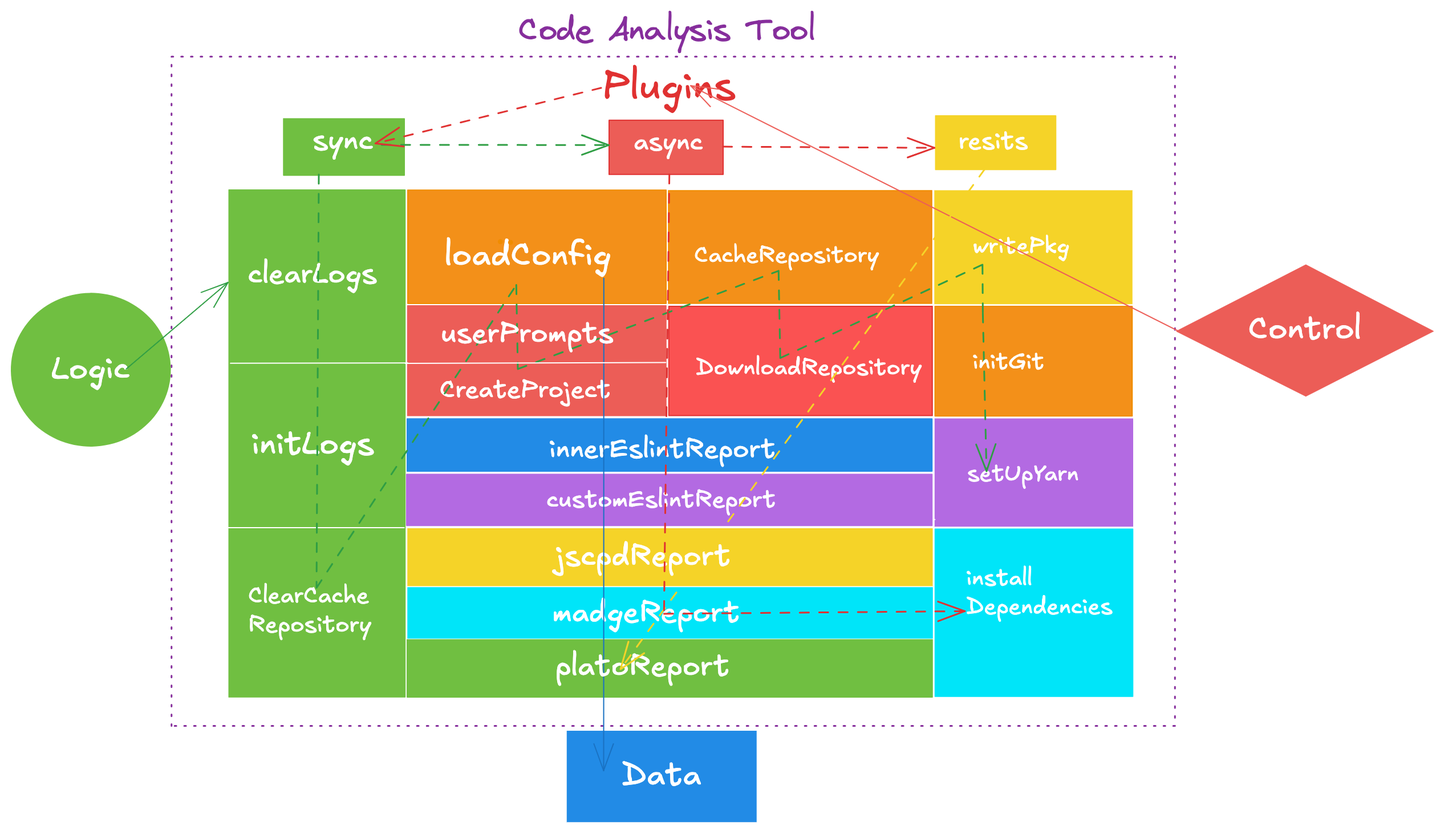
yanyunchangfeng/yycf-cli keeps this Excalidraw diagram as src/assets/images/code-ana.png. Above is the earlier version. Source tidied: one line per element, renumbered; positions are measured from the earlier drawing's top-left corner, leaving out a move shared by most shapes.
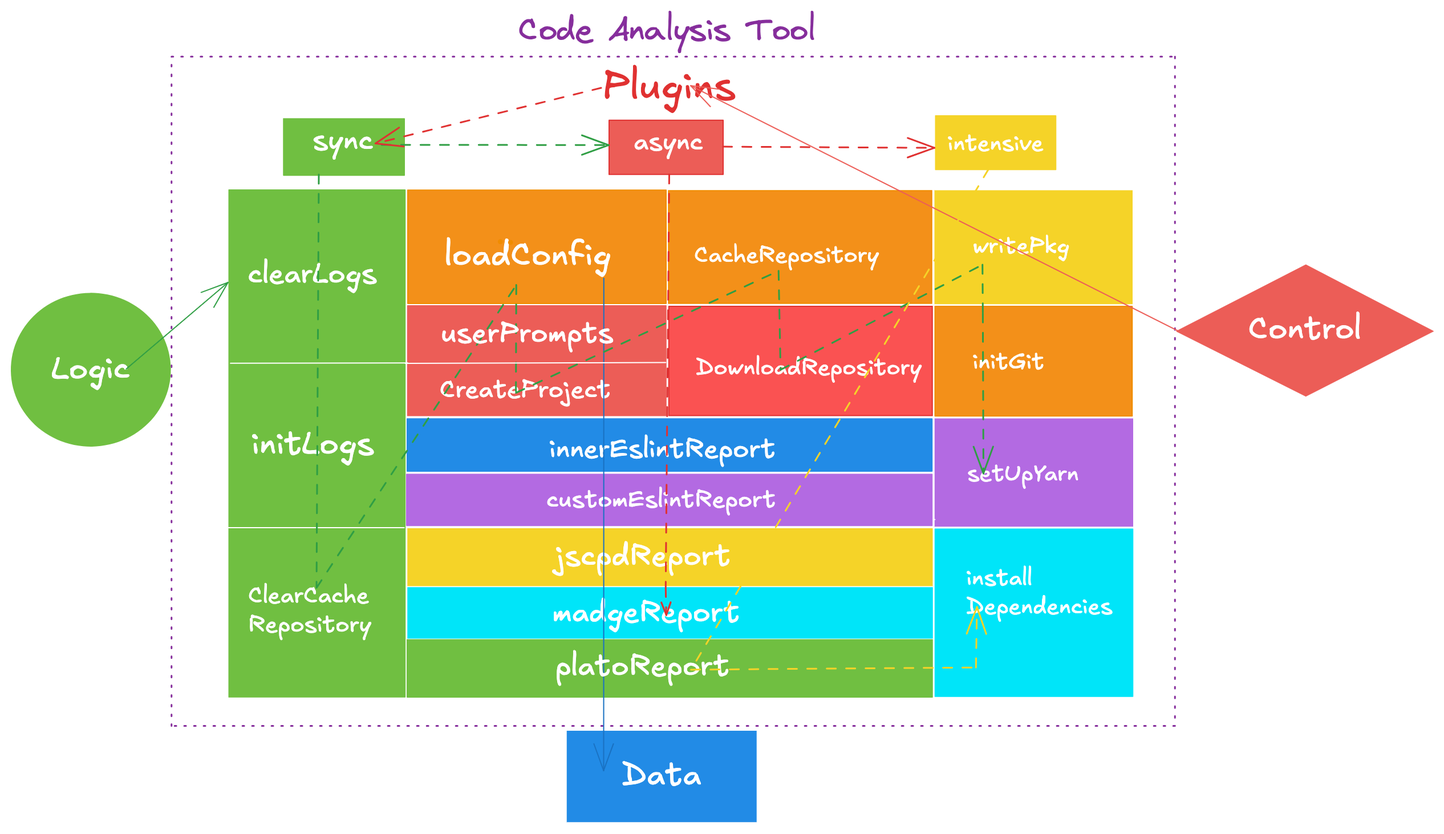
The same diagram one commit later.

What changed in the source:
```diff
@@ -15,7 +15,7 @@
 {"id": 14, "type": "freedraw", "strokeColor": "#f08c00", "backgroundColor": "#fd7e14", "fillStyle": "solid", "strokeWidth": 1, "strokeStyle": "dotted", "roughness": 0, "x": 438, "y": 202, "width": 0, "height": 0, "points": [[0, 0], [0, 0]]}
 {"id": 15, "type": "freedraw", "strokeColor": "#f08c00", "backgroundColor": "#fd7e14", "fillStyle": "solid", "strokeWidth": 1, "strokeStyle": "dotted", "roughness": 0, "x": 429, "y": 202, "width": 0, "height": 0, "points": [[0, 0], [0, 0]]}
 {"id": 16, "type": "text", "text": "ClearCache\nRepository", "strokeColor": "#ffffff", "backgroundColor": "#fd7e14", "fillStyle": "solid", "strokeWidth": 1, "strokeStyle": "dotted", "roughness": 0, "fontSize": 20.42, "fontFamily": 5, "x": 208, "y": 500, "width": 129, "height": 51}
-{"id": 17, "type": "text", "text": "CacheRepository", "strokeColor": "#ffffff", "backgroundColor": "#fd7e14", "fillStyle": "solid", "strokeWidth": 1, "strokeStyle": "dotted", "roughness": 0, "fontSize": 20, "fontFamily": 5, "x": 599, "y": 202, "width": 159, "height": 25}
+{"id": 17, "type": "text", "text": "CacheRepository", "strokeColor": "#ffffff", "backgroundColor": "#fd7e14", "fillStyle": "solid", "strokeWidth": 1, "strokeStyle": "dotted", "roughness": 0, "fontSize": 20, "fontFamily": 5, "x": 599, "y": 202, "width": 163, "height": 25}
 {"id": 18, "type": "rectangle", "strokeColor": "#00e5f9", "backgroundColor": "#00e5f9", "fillStyle": "solid", "strokeWidth": 1, "roughness": 0, "x": 810, "y": 454, "width": 173, "height": 147}
 {"id": 19, "type": "text", "text": "writePkg", "strokeColor": "#ffffff", "backgroundColor": "#fd7e14", "fillStyle": "solid", "strokeWidth": 1, "strokeStyle": "dotted", "roughness": 0, "fontSize": 20, "fontFamily": 5, "x": 832, "y": 205, "width": 85, "height": 25}
 {"id": 20, "type": "rectangle", "strokeColor": "#ffffff", "backgroundColor": "#b36ae2", "fillStyle": "solid", "strokeWidth": 1, "roughness": 0, "x": 809, "y": 356, "width": 175, "height": 96}
@@ -50,14 +50,14 @@
 {"id": 49, "type": "rectangle", "strokeColor": "#70bf41", "backgroundColor": "#70bf41", "fillStyle": "solid", "strokeWidth": 1, "roughness": 0, "x": 239, "y": 94, "width": 106, "height": 50}
 {"id": 50, "type": "text", "text": "sync", "strokeColor": "#ffffff", "angle": 0.0, "backgroundColor": "#ffffff", "fillStyle": "solid", "strokeWidth": 1, "roughness": 0, "fontSize": 25.25, "fontFamily": 5, "x": 264, "y": 98, "width": 58, "height": 32}
 {"id": 51, "type": "text", "text": "async", "strokeColor": "#ffffff", "angle": 0.0, "backgroundColor": "#ffffff", "fillStyle": "solid", "strokeWidth": 1, "roughness": 0, "fontSize": 22.65, "fontFamily": 5, "x": 546, "y": 101, "width": 62, "height": 28}
-{"id": 52, "type": "arrow", "strokeColor": "#2f9e44", "strokeWidth": 1, "strokeStyle": "dashed", "roughness": 0, "endArrowhead": "arrow", "from": 50, "to": 21, "x": 270, "y": 143, "width": 587, "height": 362, "points": [[0, 0], [-2, 362], [173, 97], [174, 170], [403, 84], [405, 161], [582, 79], [582, 122], [585, 260]]}
+{"id": 52, "type": "arrow", "strokeColor": "#2f9e44", "strokeWidth": 1, "strokeStyle": "dashed", "roughness": 0, "endArrowhead": "arrow", "from": 50, "to": 21, "x": 270, "y": 143, "width": 585, "height": 362, "points": [[0, 0], [-2, 362], [173, 97], [173, 191], [403, 84], [405, 171], [582, 79], [582, 122], [583, 262]]}
 {"id": 53, "type": "line", "strokeColor": "#ffffff", "strokeWidth": 1, "roughness": 0, "x": 345, "y": 309, "width": 228, "height": 1, "points": [[0, 0], [228, -1]]}
 {"id": 54, "type": "text", "text": "userPrompts", "strokeColor": "#ffffff", "backgroundColor": "#fa5252", "fillStyle": "solid", "strokeWidth": 1, "strokeStyle": "dotted", "roughness": 0, "fontSize": 25.01, "fontFamily": 5, "x": 377, "y": 268, "width": 170, "height": 31}
 {"id": 55, "type": "rectangle", "strokeColor": "#f5d328", "backgroundColor": "#f5d328", "fillStyle": "solid", "strokeWidth": 1, "roughness": 0, "x": 810, "y": 92, "width": 105, "height": 47}
-{"id": 56, "type": "text", "text": "resits", "strokeColor": "#ffffff", "angle": 0.0, "backgroundColor": "#ffffff", "fillStyle": "solid", "strokeWidth": 1, "roughness": 0, "fontSize": 21.61, "fontFamily": 5, "x": 830, "y": 101, "width": 76, "height": 27}
+{"id": 56, "type": "text", "text": "intensive", "strokeColor": "#ffffff", "angle": 0.0, "backgroundColor": "#ffffff", "fillStyle": "solid", "strokeWidth": 1, "roughness": 0, "fontSize": 19.85, "fontFamily": 5, "x": 821, "y": 104, "width": 87, "height": 25}
 {"id": 57, "type": "arrow", "strokeColor": "#2f9e44", "backgroundColor": "#ec5d57", "fillStyle": "solid", "strokeWidth": 1, "strokeStyle": "dashed", "roughness": 0, "endArrowhead": "arrow", "from": 50, "to": 48, "x": 325, "y": 117, "width": 199, "height": 0, "points": [[0, 0], [199, 0]]}
 {"id": 58, "type": "arrow", "strokeColor": "#e03131", "backgroundColor": "#ec5d57", "fillStyle": "solid", "strokeWidth": 1, "strokeStyle": "dashed", "roughness": 0, "endArrowhead": "arrow", "from": 48, "to": 55, "x": 624, "y": 119, "width": 185, "height": 1, "points": [[0, 0], [185, 1]]}
 {"id": 59, "type": "arrow", "strokeColor": "#e03131", "backgroundColor": "#ec5d57", "fillStyle": "solid", "strokeWidth": 1, "strokeStyle": "dashed", "roughness": 0, "endArrowhead": "arrow", "from": 25, "to": 50, "x": 517, "y": 67, "width": 198, "height": 49, "points": [[0, 0], [-198, 49]]}
 {"id": 60, "type": "text", "text": "initGit", "strokeColor": "#ffffff", "backgroundColor": "#f5d328", "fillStyle": "solid", "strokeWidth": 1, "strokeStyle": "dotted", "roughness": 0, "fontSize": 20, "fontFamily": 5, "x": 843, "y": 295, "width": 63, "height": 25}
-{"id": 61, "type": "arrow", "strokeColor": "#f5d328", "backgroundColor": "#ec5d57", "fillStyle": "solid", "strokeWidth": 1, "strokeStyle": "dashed", "roughness": 0, "endArrowhead": "arrow", "from": 56, "to": 46, "x": 863, "y": 125, "width": 329, "height": 452, "points": [[0, 0], [-329, 452]]}
-{"id": 62, "type": "arrow", "strokeColor": "#e03131", "backgroundColor": "#f39019", "fillStyle": "solid", "strokeWidth": 1, "strokeStyle": "dashed", "roughness": 0, "endArrowhead": "arrow", "from": 51, "to": 24, "x": 577, "y": 143, "width": 264, "height": 385, "points": [[0, 0], [-5, 385], [259, 383]]}
+{"id": 62, "type": "arrow", "strokeColor": "#e03131", "backgroundColor": "#f39019", "fillStyle": "solid", "strokeWidth": 1, "strokeStyle": "dashed", "roughness": 0, "endArrowhead": "arrow", "from": 51, "to": 33, "x": 578, "y": 143, "width": 3, "height": 386, "points": [[-1, 0], [-4, 362], [-4, 386]]}
+{"id": 63, "type": "arrow", "strokeColor": "#f5d328", "backgroundColor": "#f39019", "fillStyle": "solid", "strokeWidth": 1, "strokeStyle": "dashed", "roughness": 0, "endArrowhead": "arrow", "from": 56, "to": 24, "x": 878, "y": 139, "width": 261, "height": 438, "points": [[-22, 0], [-282, 438], [-33, 437], [-32, 384]]}
```
